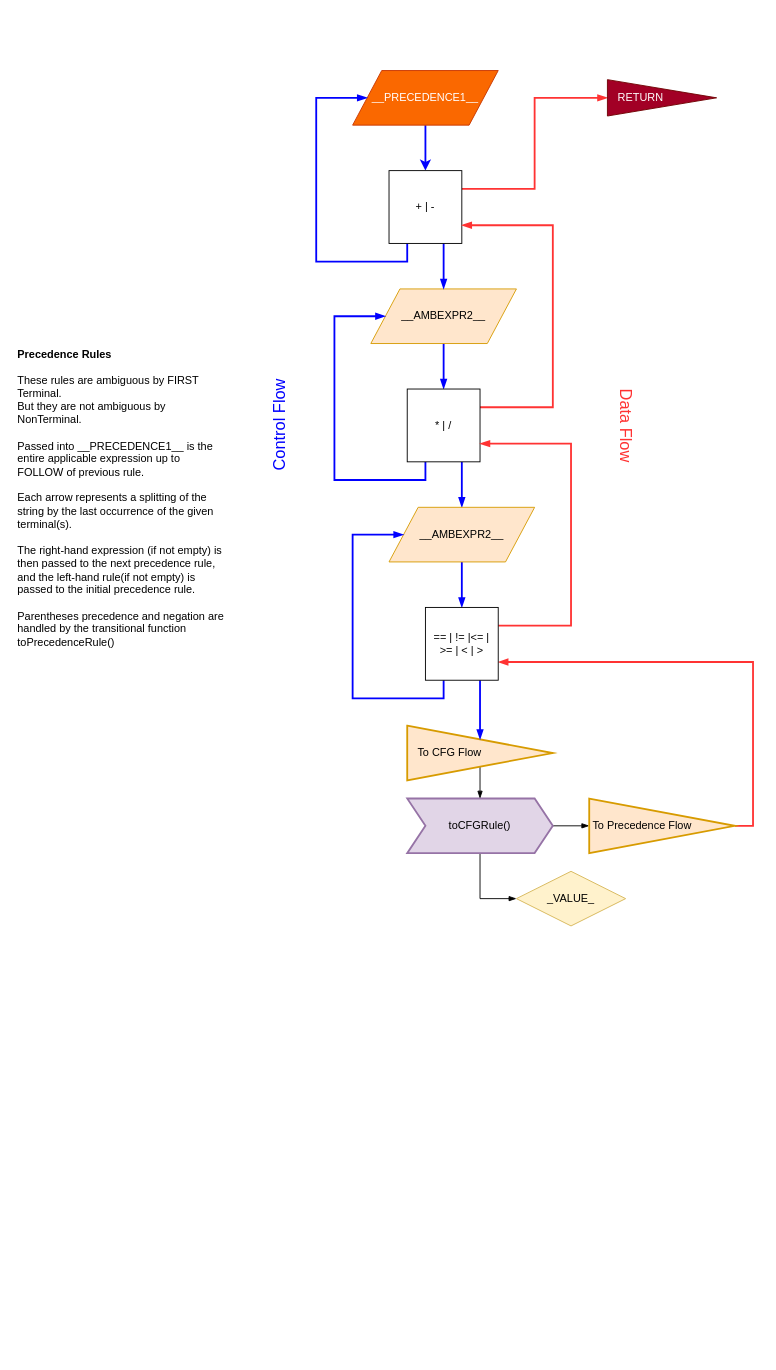
Before: page "__PRECEDENCE__" (5 of 8) of CFG.drawio in ZacharyYGateley/Compiler, a draw.io diagram. Source tidied: cells renumbered, new cells numbered last; positions are measured from the earlier drawing's top-left corner, leaving out a move shared by most shapes. Both pictures are drawn from the tidied source at 91%, with x=0, y=0 at pixel (15, 15).
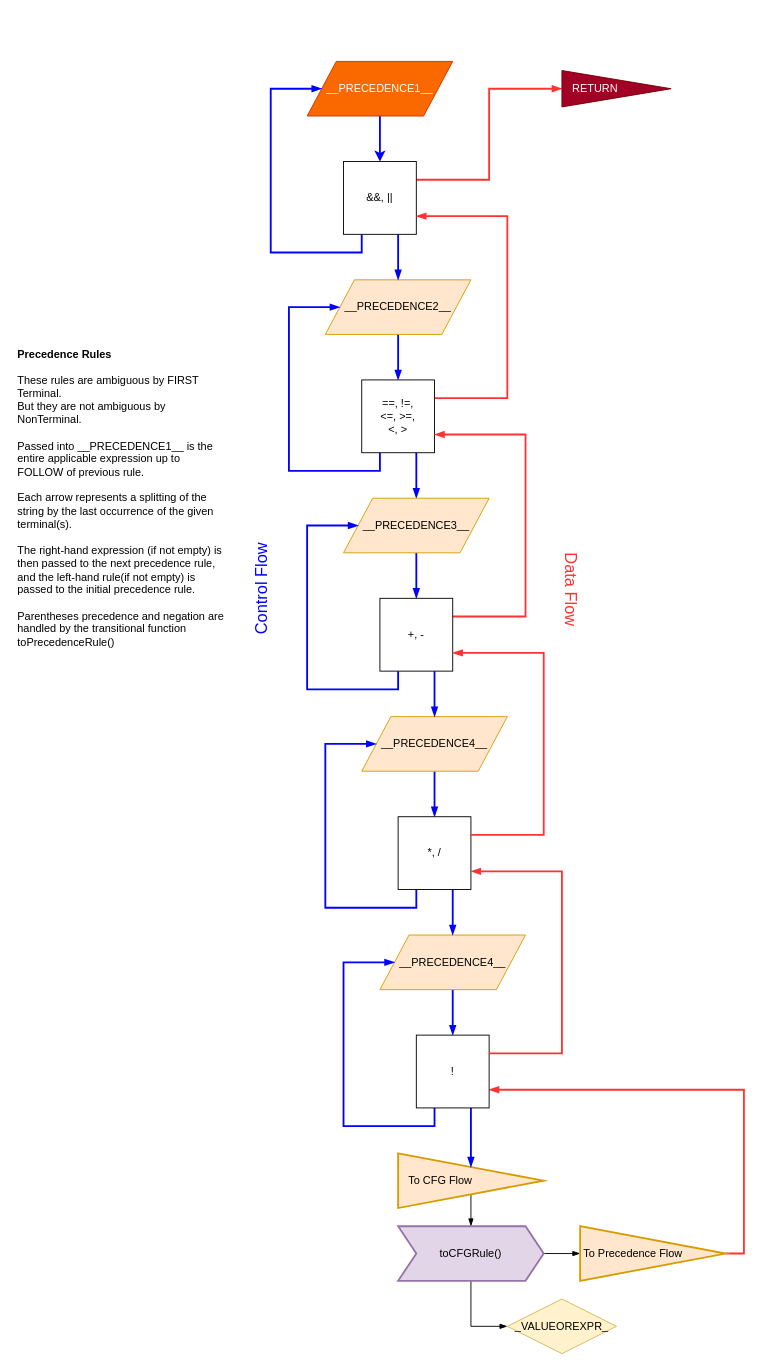
Above is the later version.

The edit, as a diff of the source:
```diff
@@
     <mxCell id="2" style="edgeStyle=orthogonalEdgeStyle;rounded=0;jettySize=auto;html=1;exitX=0.5;exitY=1;exitDx=0;exitDy=0;entryX=0;entryY=0.5;entryDx=0;entryDy=0;entryPerimeter=0;strokeWidth=2;strokeColor=#0000FF;" parent="1" edge="1" source="3">
       <mxGeometry relative="1" as="geometry">
-        <mxPoint x="450" y="170" as="targetPoint" />
+        <mxPoint x="400" y="160" as="targetPoint" />
       </mxGeometry>
     </mxCell>
     <mxCell id="3" value="__PRECEDENCE1__" style="shape=parallelogram;perimeter=parallelogramPerimeter;whiteSpace=wrap;html=1;fillColor=#fa6800;strokeColor=#C73500;fontColor=#ffffff;" parent="1" vertex="1">
-      <mxGeometry x="370" y="60" width="160" height="60" as="geometry" />
+      <mxGeometry x="320" y="50" width="160" height="60" as="geometry" />
     </mxCell>
@@
-    <mxCell id="5" value="__AMBEXPR2__" style="shape=parallelogram;perimeter=parallelogramPerimeter;whiteSpace=wrap;html=1;fillColor=#ffe6cc;strokeColor=#d79b00;" parent="1" vertex="1">
-      <mxGeometry x="390" y="300" width="160" height="60" as="geometry" />
+    <mxCell id="5" value="__PRECEDENCE2__" style="shape=parallelogram;perimeter=parallelogramPerimeter;whiteSpace=wrap;html=1;fillColor=#ffe6cc;strokeColor=#d79b00;" parent="1" vertex="1">
+      <mxGeometry x="340" y="290" width="160" height="60" as="geometry" />
     </mxCell>
-    <mxCell id="6" value="_VALUE_" style="rhombus;whiteSpace=wrap;html=1;fillColor=#fff2cc;strokeColor=#d6b656;" parent="1" vertex="1">
-      <mxGeometry x="550" y="940" width="120" height="60" as="geometry" />
-    </mxCell>
@@
-    <mxCell id="8" style="edgeStyle=orthogonalEdgeStyle;rounded=0;jettySize=auto;html=1;exitX=0.5;exitY=1;exitDx=0;exitDy=0;entryX=0;entryY=0.5;entryDx=0;entryDy=0;endArrow=blockThin;endFill=1;strokeColor=#000000;strokeWidth=1;" parent="1" edge="1" source="10" target="6">
-      <mxGeometry relative="1" as="geometry" />
-    </mxCell>
-    <mxCell id="9" style="edgeStyle=orthogonalEdgeStyle;rounded=0;jettySize=auto;html=1;exitX=1;exitY=0.5;exitDx=0;exitDy=0;entryX=0;entryY=0.5;entryDx=0;entryDy=0;endArrow=blockThin;endFill=1;strokeColor=#000000;strokeWidth=1;" parent="1" edge="1" source="10" target="12">
-      <mxGeometry relative="1" as="geometry" />
-    </mxCell>
-    <mxCell id="10" value="toCFGRule()" style="shape=step;perimeter=stepPerimeter;whiteSpace=wrap;html=1;fixedSize=1;strokeColor=#9673a6;strokeWidth=2;direction=east;fillColor=#e1d5e7;" parent="1" vertex="1">
-      <mxGeometry x="430" y="860" width="160" height="60" as="geometry" />
-    </mxCell>
-    <mxCell id="11" style="edgeStyle=orthogonalEdgeStyle;rounded=0;jettySize=auto;html=1;exitX=1;exitY=0.5;exitDx=0;exitDy=0;entryX=1;entryY=0.75;entryDx=0;entryDy=0;endArrow=blockThin;endFill=1;strokeColor=#FF3333;strokeWidth=2;" parent="1" edge="1" source="12" target="28">
-      <mxGeometry relative="1" as="geometry" />
-    </mxCell>
-    <mxCell id="12" value="To Precedence Flow&amp;nbsp; &amp;nbsp; &amp;nbsp; &amp;nbsp; &amp;nbsp; &amp;nbsp; &amp;nbsp;" style="triangle;whiteSpace=wrap;html=1;strokeColor=#d79b00;strokeWidth=2;fillColor=#ffe6cc;" parent="1" vertex="1">
-      <mxGeometry x="630" y="860" width="160" height="60" as="geometry" />
-    </mxCell>
-    <mxCell id="13" style="edgeStyle=orthogonalEdgeStyle;rounded=0;jettySize=auto;html=1;exitX=0.5;exitY=1;exitDx=0;exitDy=0;entryX=0.5;entryY=0;entryDx=0;entryDy=0;endArrow=blockThin;endFill=1;strokeColor=#000000;strokeWidth=1;" parent="1" edge="1" source="14">
-      <mxGeometry relative="1" as="geometry">
-        <mxPoint x="510" y="860" as="targetPoint" />
-      </mxGeometry>
-    </mxCell>
-    <mxCell id="14" value="To CFG Flow&amp;nbsp; &amp;nbsp; &amp;nbsp; &amp;nbsp; &amp;nbsp; &amp;nbsp; &amp;nbsp; &amp;nbsp; &amp;nbsp; &amp;nbsp;&amp;nbsp;" style="triangle;whiteSpace=wrap;html=1;strokeColor=#d79b00;strokeWidth=2;fillColor=#ffe6cc;" parent="1" vertex="1">
-      <mxGeometry x="430" y="780" width="160" height="60" as="geometry" />
-    </mxCell>
     <mxCell id="15" style="edgeStyle=orthogonalEdgeStyle;rounded=0;jettySize=auto;html=1;exitX=0.25;exitY=1;exitDx=0;exitDy=0;endArrow=blockThin;endFill=1;strokeColor=#0000FF;strokeWidth=2;entryX=0;entryY=0.5;entryDx=0;entryDy=0;" parent="1" edge="1" source="18" target="3">
       <mxGeometry relative="1" as="geometry">
         <Array as="points">
-          <mxPoint x="430" y="270" />
-          <mxPoint x="330" y="270" />
-          <mxPoint x="330" y="90" />
+          <mxPoint x="380" y="260" />
+          <mxPoint x="280" y="260" />
+          <mxPoint x="280" y="80" />
         </Array>
       </mxGeometry>
     </mxCell>
@@
-    <mxCell id="18" value="+ | -" style="whiteSpace=wrap;html=1;strokeWidth=1;" parent="1" vertex="1">
-      <mxGeometry x="410" y="170" width="80" height="80" as="geometry" />
+    <mxCell id="18" value="&amp;amp;&amp;amp;, ||" style="whiteSpace=wrap;html=1;strokeWidth=1;" parent="1" vertex="1">
+      <mxGeometry x="360" y="160" width="80" height="80" as="geometry" />
     </mxCell>
     <mxCell id="19" style="edgeStyle=orthogonalEdgeStyle;rounded=0;jettySize=auto;html=1;exitX=0.25;exitY=1;exitDx=0;exitDy=0;entryX=0;entryY=0.5;entryDx=0;entryDy=0;endArrow=blockThin;endFill=1;strokeColor=#0000FF;strokeWidth=2;" parent="1" edge="1" source="22" target="5">
       <mxGeometry relative="1" as="geometry">
         <Array as="points">
-          <mxPoint x="450" y="510" />
-          <mxPoint x="350" y="510" />
-          <mxPoint x="350" y="330" />
+          <mxPoint x="400" y="500" />
+          <mxPoint x="300" y="500" />
+          <mxPoint x="300" y="320" />
         </Array>
       </mxGeometry>
     </mxCell>
@@
     <mxCell id="21" style="edgeStyle=orthogonalEdgeStyle;rounded=0;jettySize=auto;html=1;exitX=1;exitY=0.25;exitDx=0;exitDy=0;entryX=1;entryY=0.75;entryDx=0;entryDy=0;endArrow=blockThin;endFill=1;strokeColor=#FF3333;strokeWidth=2;" parent="1" edge="1" source="22" target="18">
       <mxGeometry relative="1" as="geometry">
         <Array as="points">
-          <mxPoint x="590" y="430" />
-          <mxPoint x="590" y="230" />
+          <mxPoint x="540" y="420" />
+          <mxPoint x="540" y="220" />
         </Array>
       </mxGeometry>
     </mxCell>
-    <mxCell id="22" value="* | /" style="whiteSpace=wrap;html=1;strokeWidth=1;" parent="1" vertex="1">
-      <mxGeometry x="430" y="410" width="80" height="80" as="geometry" />
+    <mxCell id="22" value="==, !=,&lt;br&gt;&amp;lt;=, &amp;gt;=,&lt;br&gt;&amp;lt;, &amp;gt;" style="whiteSpace=wrap;html=1;strokeWidth=1;" parent="1" vertex="1">
+      <mxGeometry x="380" y="400" width="80" height="80" as="geometry" />
     </mxCell>
-    <mxCell id="23" style="edgeStyle=orthogonalEdgeStyle;rounded=0;jettySize=auto;html=1;exitX=0.5;exitY=1;exitDx=0;exitDy=0;entryX=0.5;entryY=0;entryDx=0;entryDy=0;endArrow=blockThin;endFill=1;strokeColor=#0000FF;strokeWidth=2;" parent="1" edge="1" source="24" target="28">
-      <mxGeometry relative="1" as="geometry" />
+    <mxCell id="23" style="edgeStyle=orthogonalEdgeStyle;rounded=0;jettySize=auto;html=1;exitX=0.5;exitY=1;exitDx=0;exitDy=0;entryX=0.5;entryY=0;entryDx=0;entryDy=0;endArrow=blockThin;endFill=1;strokeColor=#0000FF;strokeWidth=2;" parent="1" edge="1" source="24">
+      <mxGeometry relative="1" as="geometry">
+        <mxPoint x="440" y="640" as="targetPoint" />
+      </mxGeometry>
     </mxCell>
-    <mxCell id="24" value="__AMBEXPR2__" style="shape=parallelogram;perimeter=parallelogramPerimeter;whiteSpace=wrap;html=1;fillColor=#ffe6cc;strokeColor=#d79b00;" parent="1" vertex="1">
-      <mxGeometry x="410" y="540" width="160" height="60" as="geometry" />
+    <mxCell id="24" value="__PRECEDENCE3__" style="shape=parallelogram;perimeter=parallelogramPerimeter;whiteSpace=wrap;html=1;fillColor=#ffe6cc;strokeColor=#d79b00;" parent="1" vertex="1">
+      <mxGeometry x="360" y="530" width="160" height="60" as="geometry" />
     </mxCell>
-    <mxCell id="25" style="edgeStyle=orthogonalEdgeStyle;rounded=0;jettySize=auto;html=1;exitX=0.75;exitY=1;exitDx=0;exitDy=0;entryX=0.5;entryY=0;entryDx=0;entryDy=0;endArrow=blockThin;endFill=1;strokeColor=#0000FF;strokeWidth=2;" parent="1" edge="1" source="28" target="14">
-      <mxGeometry relative="1" as="geometry" />
-    </mxCell>
-    <mxCell id="26" style="edgeStyle=orthogonalEdgeStyle;rounded=0;jettySize=auto;html=1;exitX=0.25;exitY=1;exitDx=0;exitDy=0;entryX=0;entryY=0.5;entryDx=0;entryDy=0;endArrow=blockThin;endFill=1;strokeColor=#0000FF;strokeWidth=2;" parent="1" edge="1" source="28" target="24">
+    <mxCell id="26" style="edgeStyle=orthogonalEdgeStyle;rounded=0;jettySize=auto;html=1;exitX=0.25;exitY=1;exitDx=0;exitDy=0;entryX=0;entryY=0.5;entryDx=0;entryDy=0;endArrow=blockThin;endFill=1;strokeColor=#0000FF;strokeWidth=2;" parent="1" edge="1" source="37" target="24">
       <mxGeometry relative="1" as="geometry">
         <Array as="points">
-          <mxPoint x="470" y="750" />
-          <mxPoint x="370" y="750" />
-          <mxPoint x="370" y="570" />
+          <mxPoint x="420" y="740" />
+          <mxPoint x="320" y="740" />
+          <mxPoint x="320" y="560" />
         </Array>
       </mxGeometry>
     </mxCell>
-    <mxCell id="27" style="edgeStyle=orthogonalEdgeStyle;rounded=0;jettySize=auto;html=1;exitX=1;exitY=0.25;exitDx=0;exitDy=0;entryX=1;entryY=0.75;entryDx=0;entryDy=0;endArrow=blockThin;endFill=1;strokeColor=#FF3333;strokeWidth=2;" parent="1" edge="1" source="28" target="22">
+    <mxCell id="27" style="edgeStyle=orthogonalEdgeStyle;rounded=0;jettySize=auto;html=1;exitX=1;exitY=0.25;exitDx=0;exitDy=0;entryX=1;entryY=0.75;entryDx=0;entryDy=0;endArrow=blockThin;endFill=1;strokeColor=#FF3333;strokeWidth=2;" parent="1" edge="1" source="37" target="22">
       <mxGeometry relative="1" as="geometry">
         <Array as="points">
-          <mxPoint x="610" y="670" />
-          <mxPoint x="610" y="470" />
+          <mxPoint x="560" y="660" />
+          <mxPoint x="560" y="460" />
         </Array>
       </mxGeometry>
     </mxCell>
-    <mxCell id="28" value="== | != |&amp;lt;= | &amp;gt;= | &amp;lt; | &amp;gt;" style="whiteSpace=wrap;html=1;strokeWidth=1;" parent="1" vertex="1">
-      <mxGeometry x="450" y="650" width="80" height="80" as="geometry" />
-    </mxCell>
     <mxCell id="29" value="RETURN&amp;nbsp; &amp;nbsp; &amp;nbsp; &amp;nbsp; &amp;nbsp; &amp;nbsp; &amp;nbsp;&amp;nbsp;" style="triangle;whiteSpace=wrap;html=1;fillColor=#a20025;strokeColor=#6F0000;fontColor=#ffffff;" parent="1" vertex="1">
-      <mxGeometry x="650" y="70" width="120" height="40" as="geometry" />
+      <mxGeometry x="600" y="60" width="120" height="40" as="geometry" />
     </mxCell>
     <mxCell id="30" value="&lt;font style=&quot;font-size: 18px&quot; color=&quot;#0000ff&quot;&gt;Control Flow&lt;/font&gt;" style="text;html=1;align=center;verticalAlign=middle;rotation=270;" parent="1" vertex="1">
-      <mxGeometry x="230" y="440" width="120" height="20" as="geometry" />
+      <mxGeometry x="210" y="620" width="120" height="20" as="geometry" />
     </mxCell>
     <mxCell id="31" value="&lt;font style=&quot;font-size: 18px&quot; color=&quot;#ff3333&quot;&gt;Data Flow&lt;/font&gt;" style="text;html=1;align=center;verticalAlign=middle;rotation=90;" parent="1" vertex="1">
-      <mxGeometry x="620" y="440" width="100" height="20" as="geometry" />
+      <mxGeometry x="560" y="620" width="100" height="20" as="geometry" />
     </mxCell>
+    <mxCell id="32" value="_VALUEOREXPR_" style="rhombus;whiteSpace=wrap;html=1;fillColor=#fff2cc;strokeColor=#d6b656;" parent="1" vertex="1">
+      <mxGeometry x="540" y="1410" width="120" height="60" as="geometry" />
+    </mxCell>
+    <mxCell id="33" style="edgeStyle=orthogonalEdgeStyle;rounded=0;jettySize=auto;html=1;exitX=0.5;exitY=1;exitDx=0;exitDy=0;entryX=0;entryY=0.5;entryDx=0;entryDy=0;endArrow=blockThin;endFill=1;strokeColor=#000000;strokeWidth=1;" parent="1" edge="1" source="10" target="32">
+      <mxGeometry relative="1" as="geometry" />
+    </mxCell>
+    <mxCell id="9" style="edgeStyle=orthogonalEdgeStyle;rounded=0;jettySize=auto;html=1;exitX=1;exitY=0.5;exitDx=0;exitDy=0;entryX=0;entryY=0.5;entryDx=0;entryDy=0;endArrow=blockThin;endFill=1;strokeColor=#000000;strokeWidth=1;" parent="1" edge="1" source="10" target="12">
+      <mxGeometry relative="1" as="geometry" />
+    </mxCell>
+    <mxCell id="10" value="toCFGRule()" style="shape=step;perimeter=stepPerimeter;whiteSpace=wrap;html=1;fixedSize=1;strokeColor=#9673a6;strokeWidth=2;direction=east;fillColor=#e1d5e7;" parent="1" vertex="1">
+      <mxGeometry x="420" y="1330" width="160" height="60" as="geometry" />
+    </mxCell>
+    <mxCell id="34" style="edgeStyle=orthogonalEdgeStyle;rounded=0;jettySize=auto;html=1;exitX=1;exitY=0.5;exitDx=0;exitDy=0;entryX=1;entryY=0.75;entryDx=0;entryDy=0;endArrow=blockThin;endFill=1;strokeColor=#FF3333;strokeWidth=2;" parent="1" edge="1" source="12" target="46">
+      <mxGeometry relative="1" as="geometry" />
+    </mxCell>
+    <mxCell id="12" value="To Precedence Flow&amp;nbsp; &amp;nbsp; &amp;nbsp; &amp;nbsp; &amp;nbsp; &amp;nbsp; &amp;nbsp;" style="triangle;whiteSpace=wrap;html=1;strokeColor=#d79b00;strokeWidth=2;fillColor=#ffe6cc;" parent="1" vertex="1">
+      <mxGeometry x="620" y="1330" width="160" height="60" as="geometry" />
+    </mxCell>
+    <mxCell id="35" style="edgeStyle=orthogonalEdgeStyle;rounded=0;jettySize=auto;html=1;exitX=0.5;exitY=1;exitDx=0;exitDy=0;entryX=0.5;entryY=0;entryDx=0;entryDy=0;endArrow=blockThin;endFill=1;strokeColor=#000000;strokeWidth=1;" parent="1" edge="1" source="14">
+      <mxGeometry relative="1" as="geometry">
+        <mxPoint x="500" y="1330" as="targetPoint" />
+      </mxGeometry>
+    </mxCell>
+    <mxCell id="14" value="To CFG Flow&amp;nbsp; &amp;nbsp; &amp;nbsp; &amp;nbsp; &amp;nbsp; &amp;nbsp; &amp;nbsp; &amp;nbsp; &amp;nbsp; &amp;nbsp;&amp;nbsp;" style="triangle;whiteSpace=wrap;html=1;strokeColor=#d79b00;strokeWidth=2;fillColor=#ffe6cc;" parent="1" vertex="1">
+      <mxGeometry x="420" y="1250" width="160" height="60" as="geometry" />
+    </mxCell>
+    <mxCell id="36" style="edgeStyle=orthogonalEdgeStyle;rounded=0;jettySize=auto;html=1;exitX=0.75;exitY=1;exitDx=0;exitDy=0;entryX=0.5;entryY=0;entryDx=0;entryDy=0;endArrow=blockThin;endFill=1;strokeColor=#0000FF;strokeWidth=2;" parent="1" edge="1" source="46" target="14">
+      <mxGeometry relative="1" as="geometry" />
+    </mxCell>
+    <mxCell id="37" value="+, -" style="whiteSpace=wrap;html=1;strokeWidth=1;" parent="1" vertex="1">
+      <mxGeometry x="400" y="640" width="80" height="80" as="geometry" />
+    </mxCell>
+    <mxCell id="38" style="edgeStyle=orthogonalEdgeStyle;rounded=0;jettySize=auto;html=1;exitX=0.5;exitY=1;exitDx=0;exitDy=0;entryX=0.5;entryY=0;entryDx=0;entryDy=0;endArrow=blockThin;endFill=1;strokeColor=#0000FF;strokeWidth=2;" parent="1" edge="1" source="39">
+      <mxGeometry relative="1" as="geometry">
+        <mxPoint x="460" y="880" as="targetPoint" />
+      </mxGeometry>
+    </mxCell>
+    <mxCell id="39" value="__PRECEDENCE4__" style="shape=parallelogram;perimeter=parallelogramPerimeter;whiteSpace=wrap;html=1;fillColor=#ffe6cc;strokeColor=#d79b00;" parent="1" vertex="1">
+      <mxGeometry x="380" y="770" width="160" height="60" as="geometry" />
+    </mxCell>
+    <mxCell id="40" style="edgeStyle=orthogonalEdgeStyle;rounded=0;jettySize=auto;html=1;exitX=0.25;exitY=1;exitDx=0;exitDy=0;entryX=0;entryY=0.5;entryDx=0;entryDy=0;endArrow=blockThin;endFill=1;strokeColor=#0000FF;strokeWidth=2;" parent="1" edge="1" source="41" target="39">
+      <mxGeometry relative="1" as="geometry">
+        <Array as="points">
+          <mxPoint x="440" y="980" />
+          <mxPoint x="340" y="980" />
+          <mxPoint x="340" y="800" />
+        </Array>
+      </mxGeometry>
+    </mxCell>
+    <mxCell id="41" value="*, /" style="whiteSpace=wrap;html=1;strokeWidth=1;" parent="1" vertex="1">
+      <mxGeometry x="420" y="880" width="80" height="80" as="geometry" />
+    </mxCell>
+    <mxCell id="42" style="edgeStyle=orthogonalEdgeStyle;rounded=0;jettySize=auto;html=1;exitX=0.75;exitY=1;exitDx=0;exitDy=0;entryX=0.5;entryY=0;entryDx=0;entryDy=0;endArrow=blockThin;endFill=1;strokeColor=#0000FF;strokeWidth=2;" parent="1" edge="1" source="37" target="39">
+      <mxGeometry relative="1" as="geometry" />
+    </mxCell>
+    <mxCell id="43" style="edgeStyle=orthogonalEdgeStyle;rounded=0;jettySize=auto;html=1;exitX=0.5;exitY=1;exitDx=0;exitDy=0;entryX=0.5;entryY=0;entryDx=0;entryDy=0;endArrow=blockThin;endFill=1;strokeColor=#0000FF;strokeWidth=2;" parent="1" edge="1" source="44">
+      <mxGeometry relative="1" as="geometry">
+        <mxPoint x="480" y="1120" as="targetPoint" />
+      </mxGeometry>
+    </mxCell>
+    <mxCell id="44" value="__PRECEDENCE4__" style="shape=parallelogram;perimeter=parallelogramPerimeter;whiteSpace=wrap;html=1;fillColor=#ffe6cc;strokeColor=#d79b00;" parent="1" vertex="1">
+      <mxGeometry x="400" y="1010" width="160" height="60" as="geometry" />
+    </mxCell>
+    <mxCell id="45" style="edgeStyle=orthogonalEdgeStyle;rounded=0;jettySize=auto;html=1;exitX=0.25;exitY=1;exitDx=0;exitDy=0;entryX=0;entryY=0.5;entryDx=0;entryDy=0;endArrow=blockThin;endFill=1;strokeColor=#0000FF;strokeWidth=2;" parent="1" edge="1" source="46" target="44">
+      <mxGeometry relative="1" as="geometry">
+        <Array as="points">
+          <mxPoint x="460" y="1220" />
+          <mxPoint x="360" y="1220" />
+          <mxPoint x="360" y="1040" />
+        </Array>
+      </mxGeometry>
+    </mxCell>
+    <mxCell id="46" value="!" style="whiteSpace=wrap;html=1;strokeWidth=1;" parent="1" vertex="1">
+      <mxGeometry x="440" y="1120" width="80" height="80" as="geometry" />
+    </mxCell>
+    <mxCell id="47" style="edgeStyle=orthogonalEdgeStyle;rounded=0;jettySize=auto;html=1;exitX=0.75;exitY=1;exitDx=0;exitDy=0;entryX=0.5;entryY=0;entryDx=0;entryDy=0;endArrow=blockThin;endFill=1;strokeColor=#0000FF;strokeWidth=2;" parent="1" edge="1" source="41" target="44">
+      <mxGeometry relative="1" as="geometry" />
+    </mxCell>
+    <mxCell id="48" style="edgeStyle=orthogonalEdgeStyle;rounded=0;jettySize=auto;html=1;exitX=1;exitY=0.25;exitDx=0;exitDy=0;entryX=1;entryY=0.75;entryDx=0;entryDy=0;endArrow=blockThin;endFill=1;strokeColor=#FF3333;strokeWidth=2;" parent="1" edge="1" source="41" target="37">
+      <mxGeometry relative="1" as="geometry">
+        <Array as="points">
+          <mxPoint x="580" y="900" />
+          <mxPoint x="580" y="700" />
+        </Array>
+      </mxGeometry>
+    </mxCell>
+    <mxCell id="49" style="edgeStyle=orthogonalEdgeStyle;rounded=0;jettySize=auto;html=1;exitX=1;exitY=0.25;exitDx=0;exitDy=0;entryX=1;entryY=0.75;entryDx=0;entryDy=0;endArrow=blockThin;endFill=1;strokeColor=#FF3333;strokeWidth=2;" parent="1" edge="1" target="41">
+      <mxGeometry relative="1" as="geometry">
+        <mxPoint x="520" y="1140" as="sourcePoint" />
+        <Array as="points">
+          <mxPoint x="600" y="1140" />
+          <mxPoint x="600" y="940" />
+        </Array>
+      </mxGeometry>
+    </mxCell>
```
